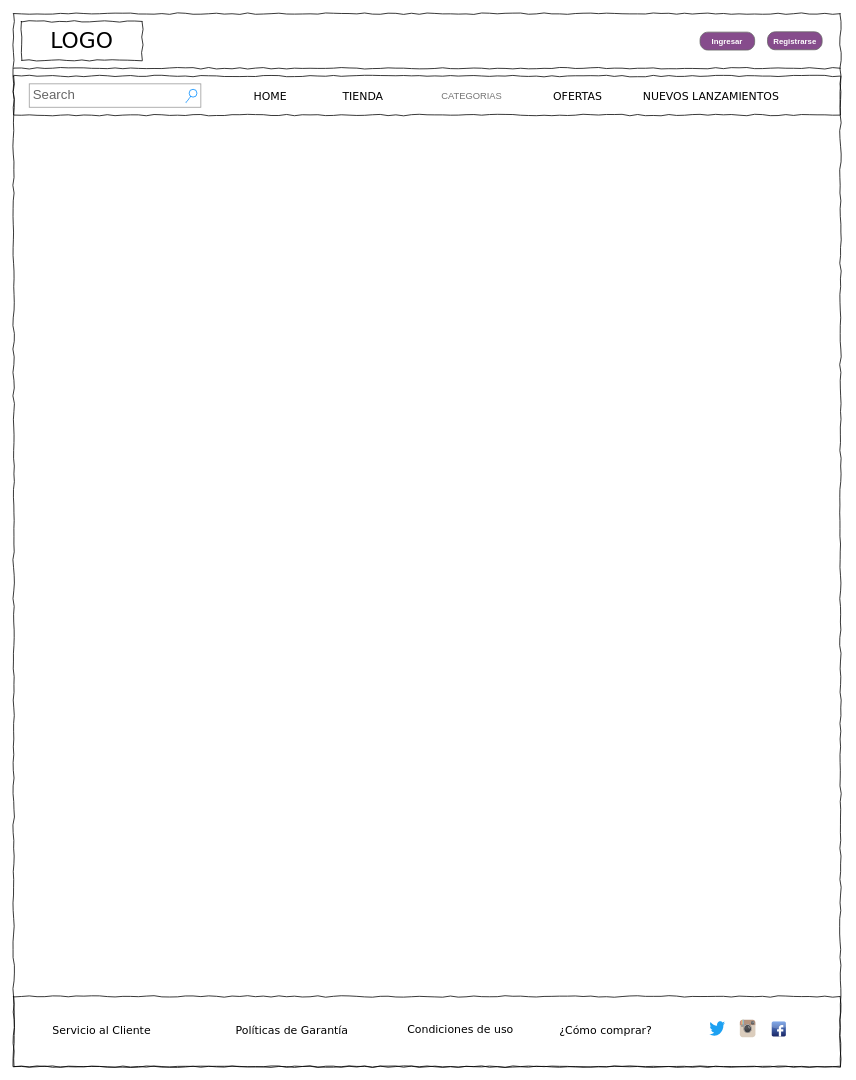
The draw.io diagram page "Detalle de producto" (4 of 8) of Esquemas (Wireframes-Modelo de dominio)/Wireframes SMG.drawio in maximilianozurita/SMG, before the edit. Source tidied: cells renumbered, new cells numbered last; positions are measured from the earlier drawing's top-left corner, leaving out a move shared by most shapes. Both pictures are drawn from the tidied source at 78%, with x=0, y=0 at pixel (13, 13).
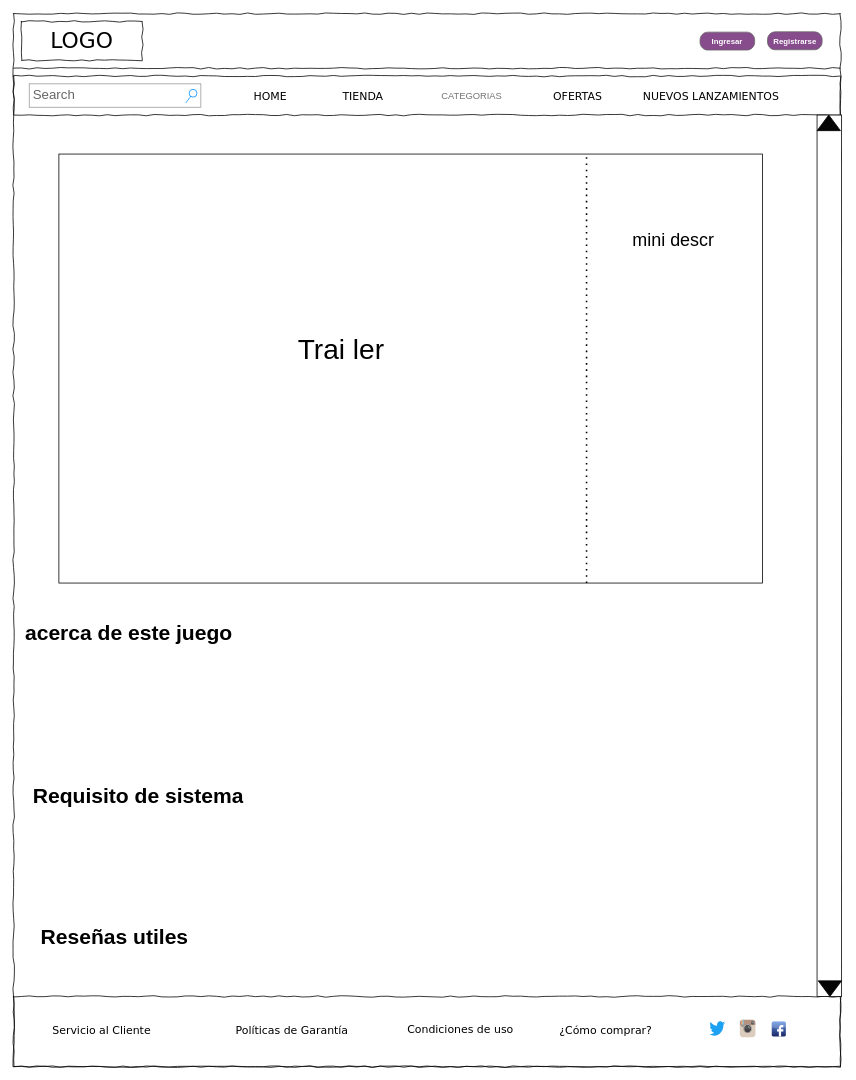
After the change.

Change to the diagram source:
```diff
@@
+    <mxCell id="22" style="rounded=0;whiteSpace=wrap;html=1;" parent="1" vertex="1">
+      <mxGeometry x="58" y="180" width="902" height="550" as="geometry" />
+    </mxCell>
+    <mxCell id="23" style="endArrow=none;dashed=1;html=1;dashPattern=1 3;strokeWidth=2;rounded=0;exitX=0.75;exitY=1;exitDx=0;exitDy=0;entryX=0.75;entryY=0;entryDx=0;entryDy=0;" parent="1" edge="1" source="22" target="22">
+      <mxGeometry relative="1" as="geometry" />
+    </mxCell>
+    <mxCell id="24" value="&lt;font style=&quot;font-size: 36px&quot;&gt;Trai ler&lt;/font&gt;" style="text;html=1;strokeColor=none;fillColor=none;align=center;verticalAlign=middle;whiteSpace=wrap;rounded=0;fontSize=14;" parent="1" vertex="1">
+      <mxGeometry x="320" y="380" width="200" height="100" as="geometry" />
+    </mxCell>
+    <mxCell id="25" value="&lt;font style=&quot;font-size: 23px&quot;&gt;mini descr&lt;/font&gt;" style="text;html=1;strokeColor=none;fillColor=none;align=center;verticalAlign=middle;whiteSpace=wrap;rounded=0;fontSize=36;" parent="1" vertex="1">
+      <mxGeometry x="761" y="240" width="170" height="90" as="geometry" />
+    </mxCell>
+    <mxCell id="26" value="&lt;h1 style=&quot;font-size: 27px&quot;&gt;&lt;font style=&quot;font-size: 27px&quot;&gt;acerca de este juego&lt;/font&gt;&lt;/h1&gt;&lt;div style=&quot;font-size: 27px&quot;&gt;&lt;br&gt;&lt;/div&gt;" style="text;html=1;strokeColor=none;fillColor=none;spacing=5;spacingTop=-20;whiteSpace=wrap;overflow=hidden;rounded=0;fontSize=23;" parent="1" vertex="1">
+      <mxGeometry x="10" y="770" width="690" height="50" as="geometry" />
+    </mxCell>
+    <mxCell id="27" value="&lt;h1 style=&quot;font-size: 27px&quot;&gt;Requisito de sistema&lt;/h1&gt;" style="text;html=1;strokeColor=none;fillColor=none;spacing=5;spacingTop=-20;whiteSpace=wrap;overflow=hidden;rounded=0;fontSize=23;" parent="1" vertex="1">
+      <mxGeometry x="20" y="980" width="300" height="50" as="geometry" />
+    </mxCell>
+    <mxCell id="28" value="&lt;h1 style=&quot;font-size: 27px&quot;&gt;Reseñas utiles&lt;/h1&gt;" style="text;html=1;strokeColor=none;fillColor=none;spacing=5;spacingTop=-20;whiteSpace=wrap;overflow=hidden;rounded=0;fontSize=23;" parent="1" vertex="1">
+      <mxGeometry x="30" y="1160" width="300" height="50" as="geometry" />
+    </mxCell>
+    <mxCell id="29" style="rounded=0;whiteSpace=wrap;html=1;fontSize=27;" parent="1" vertex="1">
+      <mxGeometry x="1030" y="130" width="31.5" height="1130" as="geometry" />
+    </mxCell>
+    <mxCell id="30" style="triangle;whiteSpace=wrap;html=1;fontSize=27;direction=north;fillColor=#050505;" parent="1" vertex="1">
+      <mxGeometry x="1030" y="130" width="30" height="20" as="geometry" />
+    </mxCell>
+    <mxCell id="31" style="triangle;whiteSpace=wrap;html=1;fontSize=27;direction=south;fillColor=#050505;" parent="1" vertex="1">
+      <mxGeometry x="1031.5" y="1240" width="30" height="20" as="geometry" />
+    </mxCell>
```
